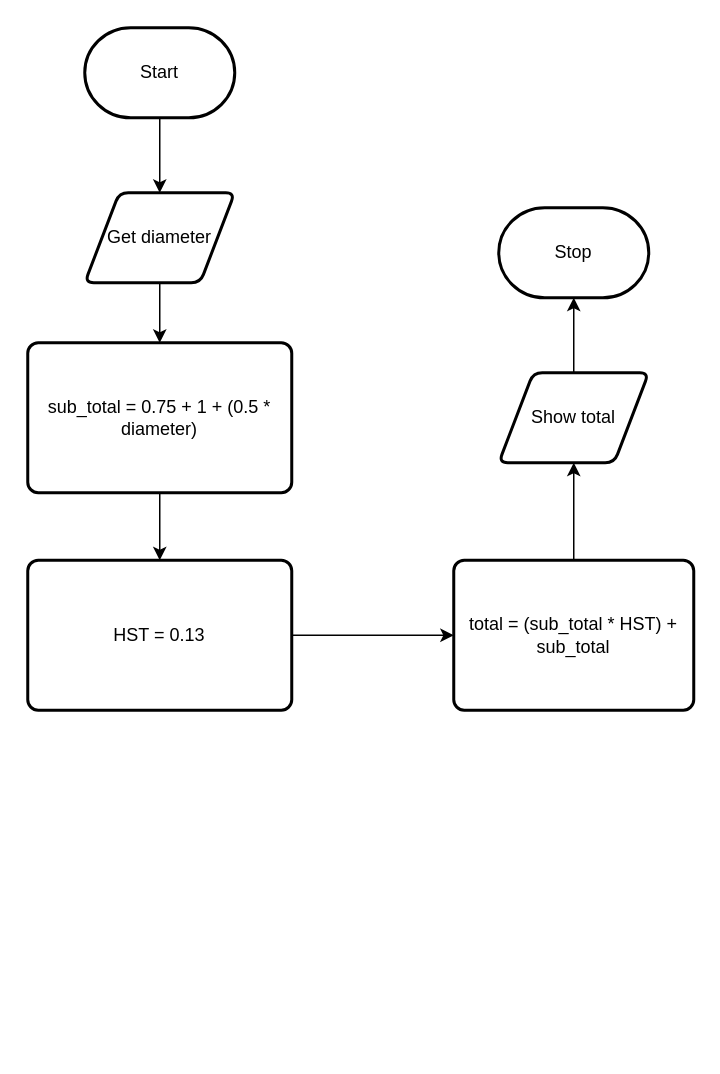
This is flowchart.drawio from michael-clermont1/ICS3U-Unit3-01-Python, a draw.io file, before an edit. Source tidied: cells renumbered, new cells numbered last; positions are measured from the earlier drawing's top-left corner, leaving out a move shared by most shapes. Both pictures are drawn from the tidied source at 150%, with x=0, y=0 at pixel (27, 27).
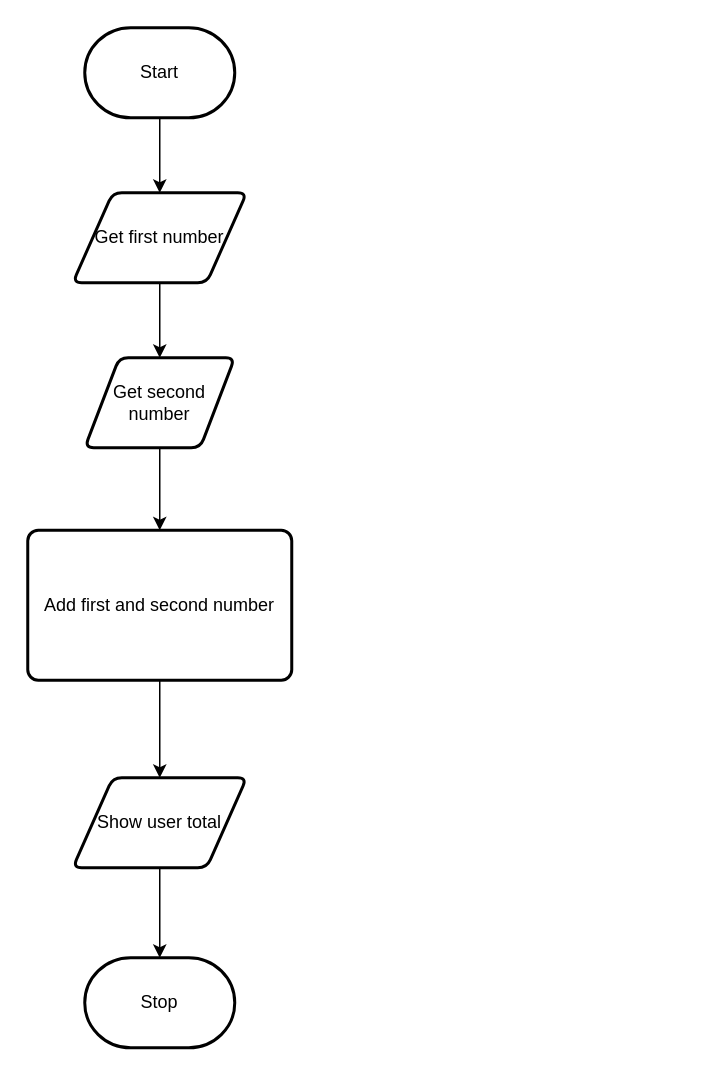
After the change.

Commit message (it also covers changes not shown here):
added flowchart and design

The edit, as a diff of the source:
```diff
@@
 <mxGraphModel>
   <root>
     <mxCell id="0" />
     <mxCell id="1" parent="0" />
-    <mxCell id="2" style="edgeStyle=orthogonalEdgeStyle;shape=connector;rounded=0;html=1;entryX=0.5;entryY=0;entryDx=0;entryDy=0;labelBackgroundColor=default;fontFamily=Helvetica;fontSize=11;fontColor=default;endArrow=classic;strokeColor=default;" parent="1" edge="1" source="3" target="7">
-      <mxGeometry relative="1" as="geometry" />
-    </mxCell>
+    <mxCell id="15" style="edgeStyle=none;html=1;entryX=0.5;entryY=0;entryDx=0;entryDy=0;" parent="1" edge="1" source="3" target="10">
+      <mxGeometry relative="1" as="geometry" />
+    </mxCell>
-    <mxCell id="3" value="Get diameter" style="shape=parallelogram;html=1;strokeWidth=2;perimeter=parallelogramPerimeter;whiteSpace=wrap;rounded=1;arcSize=12;size=0.23;" parent="1" vertex="1">
-      <mxGeometry x="38" y="110" width="100" height="60" as="geometry" />
+    <mxCell id="3" value="Get first number" style="shape=parallelogram;html=1;strokeWidth=2;perimeter=parallelogramPerimeter;whiteSpace=wrap;rounded=1;arcSize=12;size=0.23;" parent="1" vertex="1">
+      <mxGeometry x="30" y="110" width="116" height="60" as="geometry" />
     </mxCell>
-    <mxCell id="4" style="edgeStyle=orthogonalEdgeStyle;html=1;entryX=0.5;entryY=0;entryDx=0;entryDy=0;rounded=0;" parent="1" edge="1" source="5" target="3">
+    <mxCell id="4" style="edgeStyle=none;html=1;entryX=0.5;entryY=0;entryDx=0;entryDy=0;" parent="1" edge="1" source="5" target="3">
       <mxGeometry relative="1" as="geometry" />
     </mxCell>
     <mxCell id="5" value="Start" style="strokeWidth=2;html=1;shape=mxgraph.flowchart.terminator;whiteSpace=wrap;" parent="1" vertex="1">
       <mxGeometry x="38" width="100" height="60" as="geometry" />
     </mxCell>
-    <mxCell id="6" style="edgeStyle=orthogonalEdgeStyle;shape=connector;rounded=0;html=1;exitX=0.5;exitY=1;exitDx=0;exitDy=0;entryX=0.5;entryY=0;entryDx=0;entryDy=0;labelBackgroundColor=default;fontFamily=Helvetica;fontSize=11;fontColor=default;endArrow=classic;strokeColor=default;" parent="1" edge="1" source="7" target="9">
-      <mxGeometry relative="1" as="geometry" />
-    </mxCell>
-    <mxCell id="7" value="sub_total = 0.75 + 1 + (0.5 * diameter)" style="rounded=1;whiteSpace=wrap;html=1;absoluteArcSize=1;arcSize=14;strokeWidth=2;" parent="1" vertex="1">
-      <mxGeometry y="210" width="176" height="100" as="geometry" />
-    </mxCell>
-    <mxCell id="8" style="edgeStyle=orthogonalEdgeStyle;shape=connector;rounded=0;html=1;exitX=1;exitY=0.5;exitDx=0;exitDy=0;entryX=0;entryY=0.5;entryDx=0;entryDy=0;labelBackgroundColor=default;fontFamily=Helvetica;fontSize=11;fontColor=default;endArrow=classic;strokeColor=default;" parent="1" edge="1" source="9" target="11">
-      <mxGeometry relative="1" as="geometry" />
-    </mxCell>
+    <mxCell id="16" style="edgeStyle=none;html=1;entryX=0.5;entryY=0;entryDx=0;entryDy=0;" parent="1" edge="1" source="9" target="19">
+      <mxGeometry relative="1" as="geometry" />
+    </mxCell>
-    <mxCell id="9" value="HST = 0.13" style="rounded=1;whiteSpace=wrap;html=1;absoluteArcSize=1;arcSize=14;strokeWidth=2;" parent="1" vertex="1">
-      <mxGeometry y="355" width="176" height="100" as="geometry" />
+    <mxCell id="9" value="Add first and second number" style="rounded=1;whiteSpace=wrap;html=1;absoluteArcSize=1;arcSize=14;strokeWidth=2;" parent="1" vertex="1">
+      <mxGeometry y="335" width="176" height="100" as="geometry" />
     </mxCell>
+    <mxCell id="14" value="Stop" style="strokeWidth=2;html=1;shape=mxgraph.flowchart.terminator;whiteSpace=wrap;" parent="1" vertex="1">
+      <mxGeometry x="38" y="620" width="100" height="60" as="geometry" />
+    </mxCell>
+    <mxCell id="17" style="edgeStyle=none;html=1;entryX=0.5;entryY=0;entryDx=0;entryDy=0;" parent="1" edge="1" source="10" target="9">
+      <mxGeometry relative="1" as="geometry" />
+    </mxCell>
-    <mxCell id="10" style="edgeStyle=orthogonalEdgeStyle;shape=connector;rounded=0;html=1;exitX=0.5;exitY=0;exitDx=0;exitDy=0;entryX=0.5;entryY=1;entryDx=0;entryDy=0;labelBackgroundColor=default;fontFamily=Helvetica;fontSize=11;fontColor=default;endArrow=classic;strokeColor=default;" parent="1" edge="1" source="11" target="13">
-      <mxGeometry relative="1" as="geometry" />
+    <mxCell id="10" value="Get second number" style="shape=parallelogram;html=1;strokeWidth=2;perimeter=parallelogramPerimeter;whiteSpace=wrap;rounded=1;arcSize=12;size=0.23;" parent="1" vertex="1">
+      <mxGeometry x="38" y="220" width="100" height="60" as="geometry" />
     </mxCell>
-    <mxCell id="11" value="total = (sub_total * HST) + sub_total" style="rounded=1;whiteSpace=wrap;html=1;absoluteArcSize=1;arcSize=14;strokeWidth=2;" parent="1" vertex="1">
-      <mxGeometry x="284" y="355" width="160" height="100" as="geometry" />
-    </mxCell>
-    <mxCell id="12" style="edgeStyle=orthogonalEdgeStyle;shape=connector;rounded=0;html=1;exitX=0.5;exitY=0;exitDx=0;exitDy=0;entryX=0.5;entryY=1;entryDx=0;entryDy=0;entryPerimeter=0;labelBackgroundColor=default;fontFamily=Helvetica;fontSize=11;fontColor=default;endArrow=classic;strokeColor=default;" parent="1" edge="1" source="13" target="14">
-      <mxGeometry relative="1" as="geometry" />
-    </mxCell>
-    <mxCell id="13" value="Show total" style="shape=parallelogram;html=1;strokeWidth=2;perimeter=parallelogramPerimeter;whiteSpace=wrap;rounded=1;arcSize=12;size=0.23;" parent="1" vertex="1">
-      <mxGeometry x="314" y="230" width="100" height="60" as="geometry" />
-    </mxCell>
-    <mxCell id="14" value="Stop" style="strokeWidth=2;html=1;shape=mxgraph.flowchart.terminator;whiteSpace=wrap;" parent="1" vertex="1">
-      <mxGeometry x="314" y="120" width="100" height="60" as="geometry" />
-    </mxCell>
+    <mxCell id="18" style="edgeStyle=none;html=1;entryX=0.5;entryY=0;entryDx=0;entryDy=0;entryPerimeter=0;" parent="1" edge="1" source="19" target="14">
+      <mxGeometry relative="1" as="geometry" />
+    </mxCell>
+    <mxCell id="19" value="Show user total" style="shape=parallelogram;html=1;strokeWidth=2;perimeter=parallelogramPerimeter;whiteSpace=wrap;rounded=1;arcSize=12;size=0.23;" parent="1" vertex="1">
+      <mxGeometry x="30" y="500" width="116" height="60" as="geometry" />
+    </mxCell>
   </root>
 </mxGraphModel>
```
